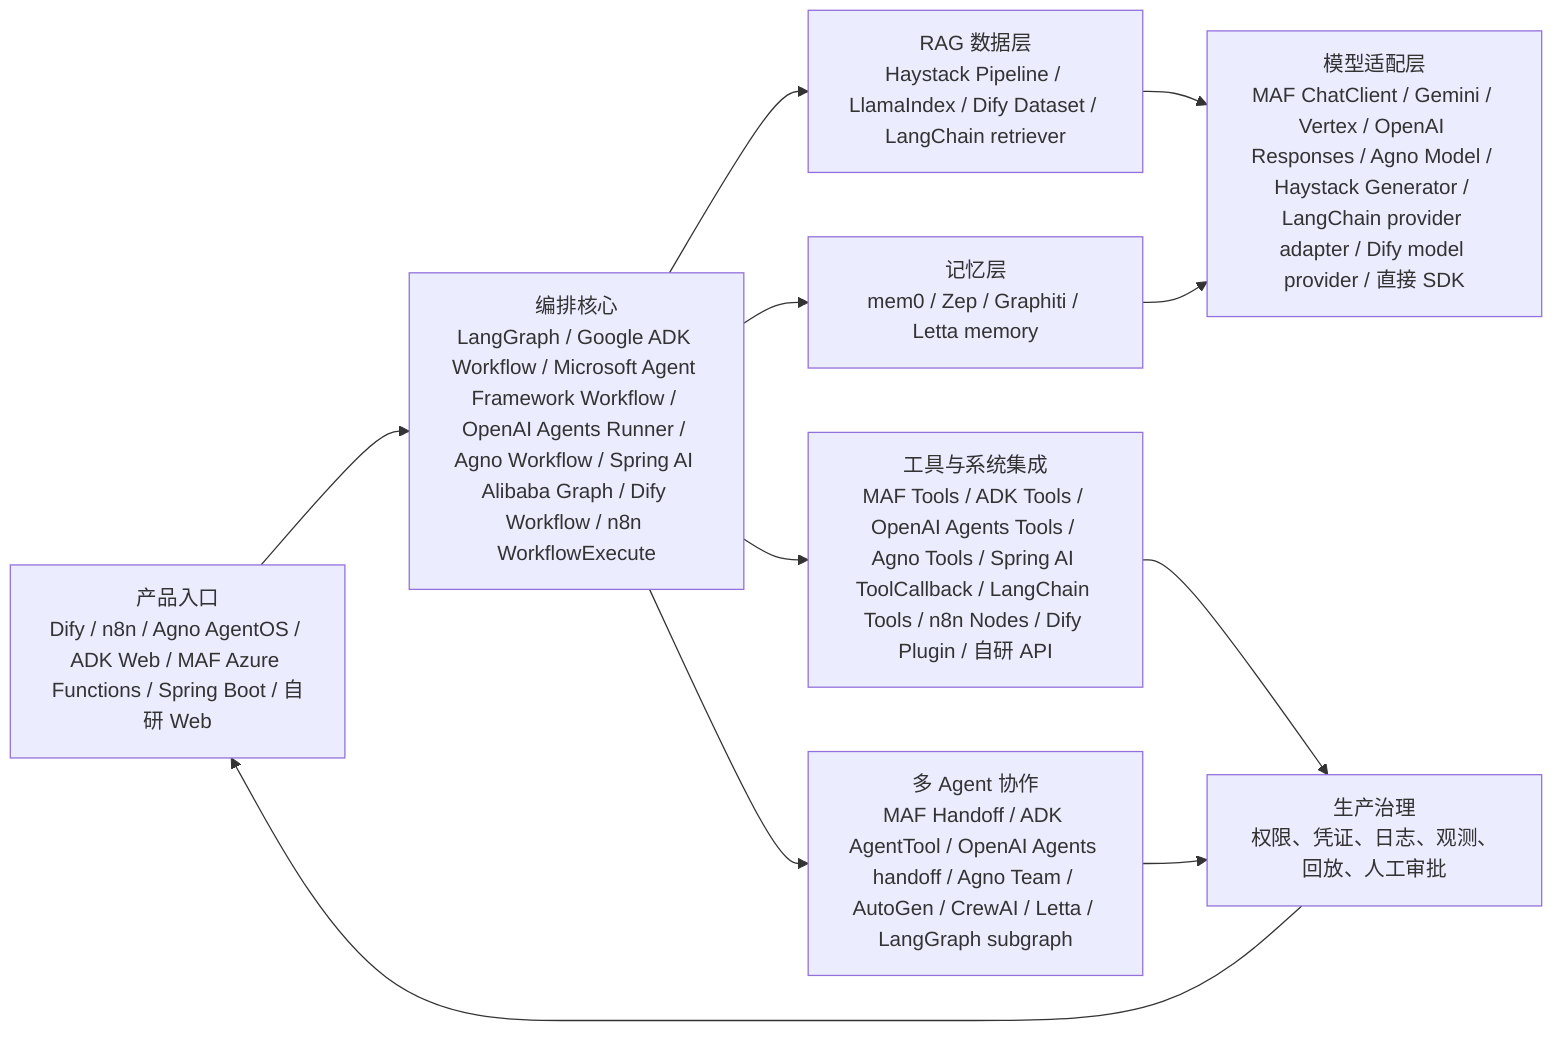
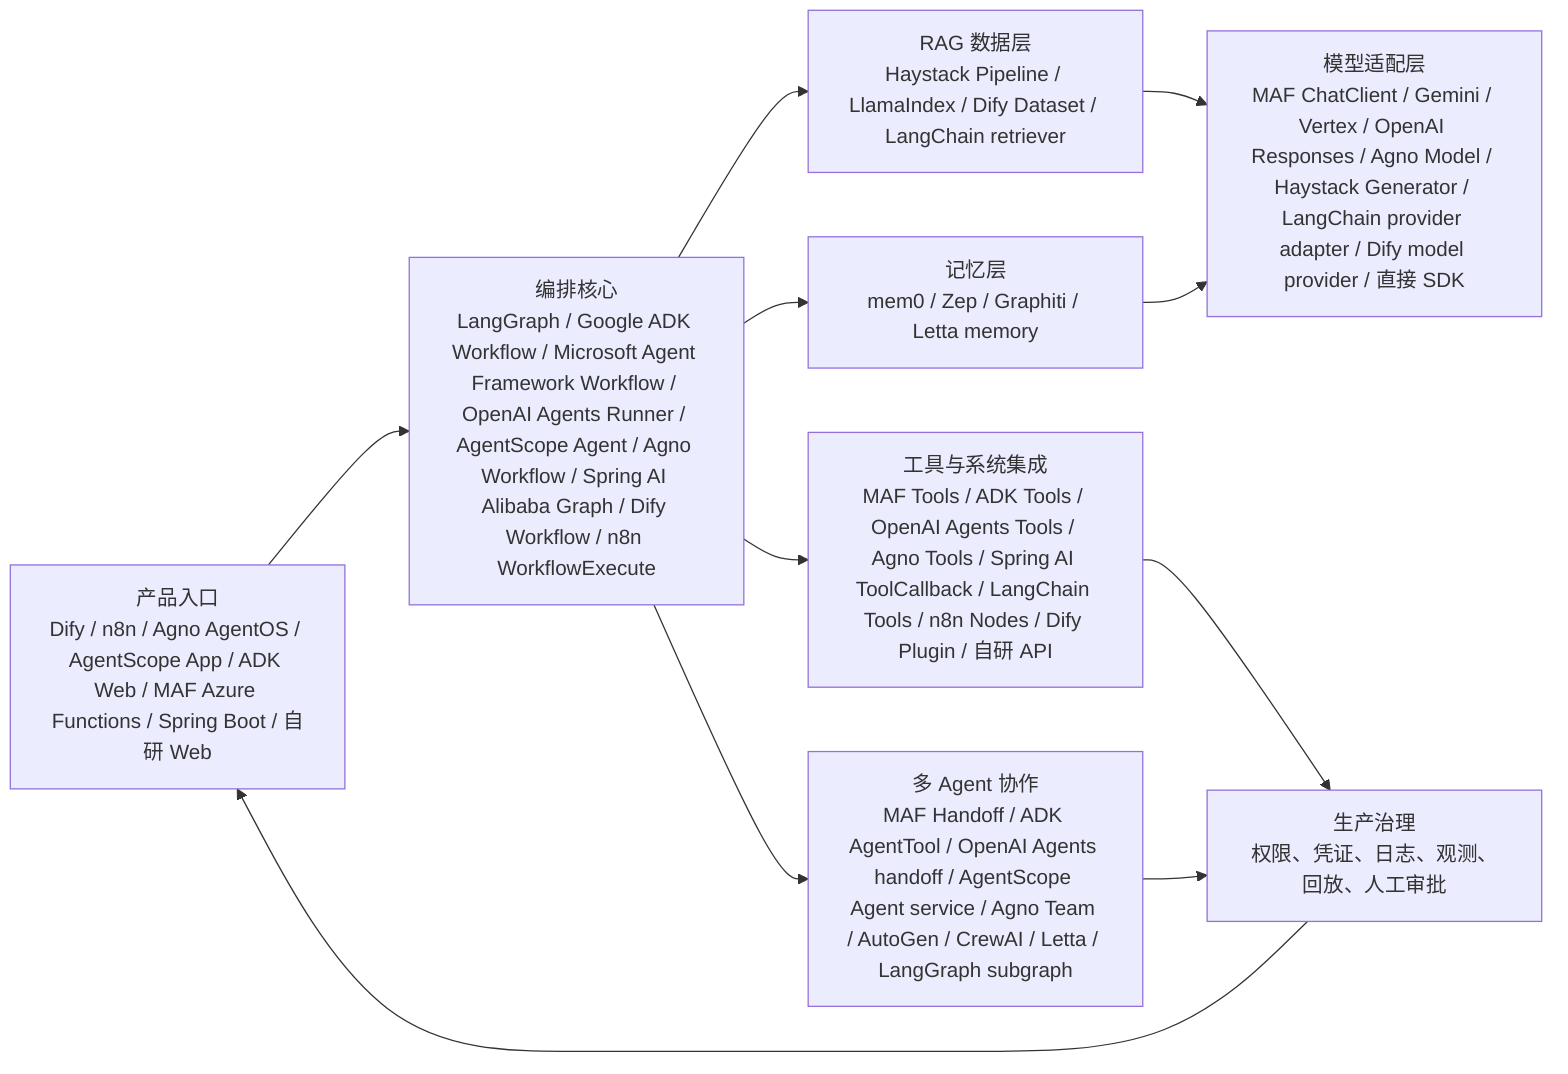
flowchart LR
-     UI["产品入口<br/>Dify / n8n / Agno AgentOS / ADK Web / MAF Azure Functions / Spring Boot / 自研 Web"] --> Orchestrator["编排核心<br/>LangGraph / Google ADK Workflow / Microsoft Agent Framework Workflow / OpenAI Agents Runner / Agno Workflow / Spring AI Alibaba Graph / Dify Workflow / n8n WorkflowExecute"]
+     UI["产品入口<br/>Dify / n8n / Agno AgentOS / AgentScope App / ADK Web / MAF Azure Functions / Spring Boot / 自研 Web"] --> Orchestrator["编排核心<br/>LangGraph / Google ADK Workflow / Microsoft Agent Framework Workflow / OpenAI Agents Runner / AgentScope Agent / Agno Workflow / Spring AI Alibaba Graph / Dify Workflow / n8n WorkflowExecute"]
    Orchestrator --> RAG["RAG 数据层<br/>Haystack Pipeline / LlamaIndex / Dify Dataset / LangChain retriever"]
    Orchestrator --> Memory["记忆层<br/>mem0 / Zep / Graphiti / Letta memory"]
    Orchestrator --> Tools["工具与系统集成<br/>MAF Tools / ADK Tools / OpenAI Agents Tools / Agno Tools / Spring AI ToolCallback / LangChain Tools / n8n Nodes / Dify Plugin / 自研 API"]
-     Orchestrator --> Agent["多 Agent 协作<br/>MAF Handoff / ADK AgentTool / OpenAI Agents handoff / Agno Team / AutoGen / CrewAI / Letta / LangGraph subgraph"]
+     Orchestrator --> Agent["多 Agent 协作<br/>MAF Handoff / ADK AgentTool / OpenAI Agents handoff / AgentScope Agent service / Agno Team / AutoGen / CrewAI / Letta / LangGraph subgraph"]
    RAG --> LLM["模型适配层<br/>MAF ChatClient / Gemini / Vertex / OpenAI Responses / Agno Model / Haystack Generator / LangChain provider adapter / Dify model provider / 直接 SDK"]
    Memory --> LLM
    Tools --> Audit["生产治理<br/>权限、凭证、日志、观测、回放、人工审批"]
    Agent --> Audit
    Audit --> UI
